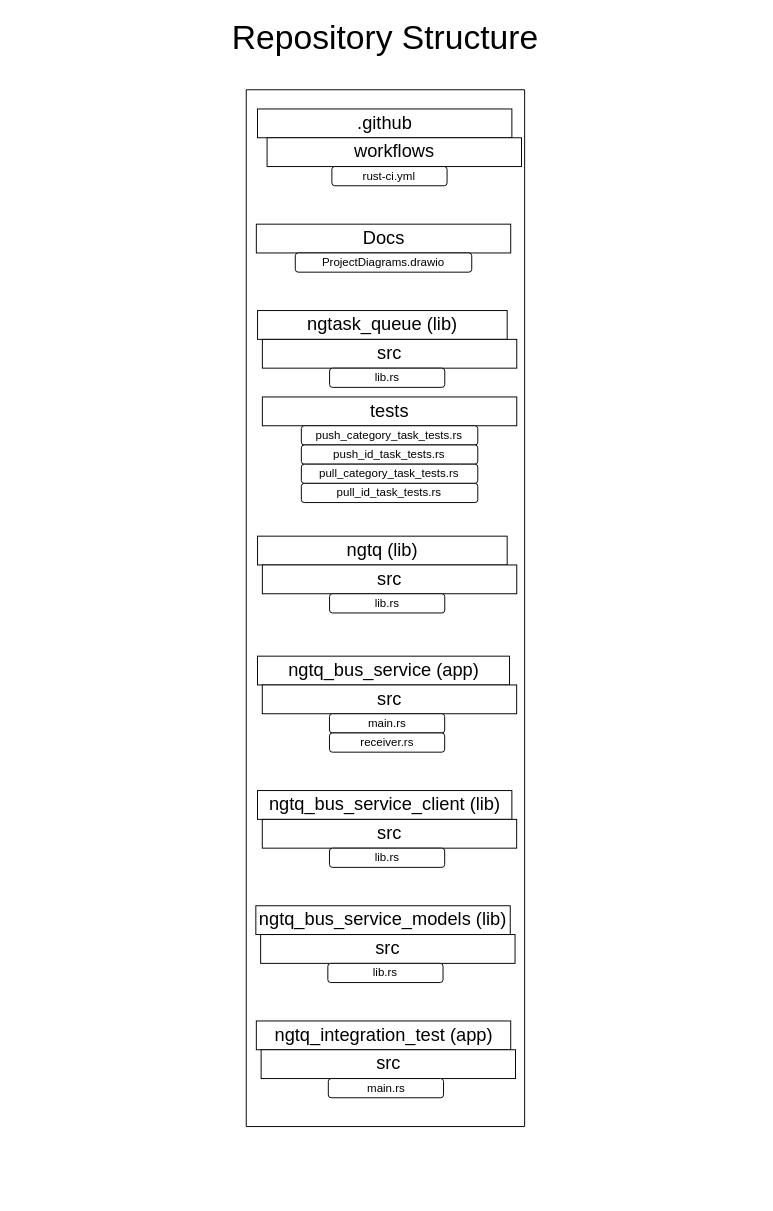
Earlier version of the draw.io diagram page "Repo Structure" (1 of 4) of Docs/ProjectDiagrams.drawio (NGDeveloper125/NGTQ_BusService). Source tidied: cells renumbered, new cells numbered last; positions are measured from the earlier drawing's top-left corner, leaving out a move shared by most shapes. Both pictures are drawn from the tidied source at 96%, with x=0, y=0 at pixel (200, 22).
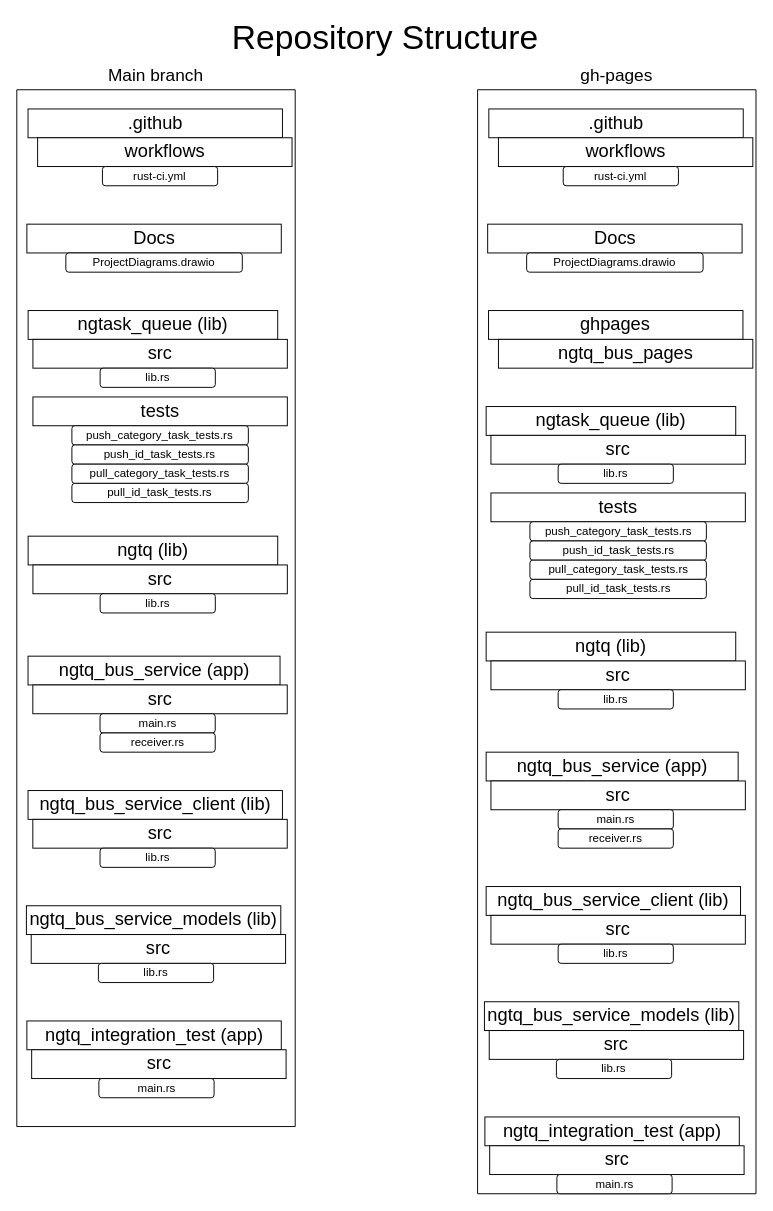
After the change.

The edit, as a diff of the source:
```diff
@@
     <mxCell id="2" style="swimlane;startSize=0;" parent="1" vertex="1">
-      <mxGeometry x="48" y="70" width="290" height="1080" as="geometry" />
+      <mxGeometry x="-191" y="70" width="290" height="1080" as="geometry" />
     </mxCell>
@@
+    <mxCell id="33" value="Main branch" style="text;html=1;align=center;verticalAlign=middle;whiteSpace=wrap;rounded=0;fontSize=18;" parent="1" vertex="1">
+      <mxGeometry x="-121" y="40" width="150" height="30" as="geometry" />
+    </mxCell>
+    <mxCell id="34" style="swimlane;startSize=0;" parent="1" vertex="1">
+      <mxGeometry x="289" y="70" width="290" height="1150" as="geometry" />
+    </mxCell>
+    <mxCell id="35" value="ngtask_queue (lib)" style="rounded=0;whiteSpace=wrap;html=1;fontSize=19;" parent="34" vertex="1">
+      <mxGeometry x="8.9" y="330" width="260" height="30" as="geometry" />
+    </mxCell>
+    <mxCell id="36" value="ngtq_bus_service (app)" style="rounded=0;whiteSpace=wrap;html=1;fontSize=19;" parent="34" vertex="1">
+      <mxGeometry x="8.9" y="690" width="262.5" height="30" as="geometry" />
+    </mxCell>
+    <mxCell id="37" value="ngtq_bus_service_client (lib)" style="rounded=0;whiteSpace=wrap;html=1;fontSize=19;" parent="34" vertex="1">
+      <mxGeometry x="8.9" y="830" width="265" height="30" as="geometry" />
+    </mxCell>
+    <mxCell id="38" value="ngtq_integration_test (app)" style="rounded=0;whiteSpace=wrap;html=1;fontSize=19;" parent="34" vertex="1">
+      <mxGeometry x="7.6" y="1070" width="265" height="30" as="geometry" />
+    </mxCell>
+    <mxCell id="39" value="src" style="rounded=0;whiteSpace=wrap;html=1;fontSize=19;" parent="34" vertex="1">
+      <mxGeometry x="13.9" y="360" width="265" height="30" as="geometry" />
+    </mxCell>
+    <mxCell id="40" value="lib.rs" style="rounded=1;whiteSpace=wrap;html=1;" parent="34" vertex="1">
+      <mxGeometry x="83.9" y="390" width="120" height="20" as="geometry" />
+    </mxCell>
+    <mxCell id="41" value="src" style="rounded=0;whiteSpace=wrap;html=1;fontSize=19;" parent="34" vertex="1">
+      <mxGeometry x="13.9" y="720" width="265" height="30" as="geometry" />
+    </mxCell>
+    <mxCell id="42" value="main.rs" style="rounded=1;whiteSpace=wrap;html=1;" parent="34" vertex="1">
+      <mxGeometry x="83.9" y="750" width="120" height="20" as="geometry" />
+    </mxCell>
+    <mxCell id="43" value="receiver.rs" style="rounded=1;whiteSpace=wrap;html=1;" parent="34" vertex="1">
+      <mxGeometry x="83.9" y="770" width="120" height="20" as="geometry" />
+    </mxCell>
+    <mxCell id="44" value="src" style="rounded=0;whiteSpace=wrap;html=1;fontSize=19;" parent="34" vertex="1">
+      <mxGeometry x="13.9" y="860" width="265" height="30" as="geometry" />
+    </mxCell>
+    <mxCell id="45" value="lib.rs" style="rounded=1;whiteSpace=wrap;html=1;" parent="34" vertex="1">
+      <mxGeometry x="83.9" y="890" width="120" height="20" as="geometry" />
+    </mxCell>
+    <mxCell id="46" value="src" style="rounded=0;whiteSpace=wrap;html=1;fontSize=19;" parent="34" vertex="1">
+      <mxGeometry x="12.6" y="1100" width="265" height="30" as="geometry" />
+    </mxCell>
+    <mxCell id="47" value="main.rs" style="rounded=1;whiteSpace=wrap;html=1;" parent="34" vertex="1">
+      <mxGeometry x="82.6" y="1130" width="120" height="20" as="geometry" />
+    </mxCell>
+    <mxCell id="48" value="tests" style="rounded=0;whiteSpace=wrap;html=1;fontSize=19;" parent="34" vertex="1">
+      <mxGeometry x="13.9" y="420" width="265" height="30" as="geometry" />
+    </mxCell>
+    <mxCell id="49" value="push_category_task_tests.rs" style="rounded=1;whiteSpace=wrap;html=1;" parent="34" vertex="1">
+      <mxGeometry x="54.5" y="450" width="183.8" height="20" as="geometry" />
+    </mxCell>
+    <mxCell id="50" value="push_id_task_tests.rs" style="rounded=1;whiteSpace=wrap;html=1;" parent="34" vertex="1">
+      <mxGeometry x="54.5" y="470" width="183.8" height="20" as="geometry" />
+    </mxCell>
+    <mxCell id="51" value="pull_category_task_tests.rs" style="rounded=1;whiteSpace=wrap;html=1;" parent="34" vertex="1">
+      <mxGeometry x="54.5" y="490" width="183.8" height="20" as="geometry" />
+    </mxCell>
+    <mxCell id="52" value="pull_id_task_tests.rs" style="rounded=1;whiteSpace=wrap;html=1;" parent="34" vertex="1">
+      <mxGeometry x="54.5" y="510" width="183.8" height="20" as="geometry" />
+    </mxCell>
+    <mxCell id="53" value=".github" style="rounded=0;whiteSpace=wrap;html=1;fontSize=19;" parent="34" vertex="1">
+      <mxGeometry x="11.7" y="20" width="265" height="30" as="geometry" />
+    </mxCell>
+    <mxCell id="54" value="workflows" style="rounded=0;whiteSpace=wrap;html=1;fontSize=19;" parent="34" vertex="1">
+      <mxGeometry x="21.7" y="50" width="265" height="30" as="geometry" />
+    </mxCell>
+    <mxCell id="55" value="rust-ci.yml" style="rounded=1;whiteSpace=wrap;html=1;" parent="34" vertex="1">
+      <mxGeometry x="89.2" y="80" width="120" height="20" as="geometry" />
+    </mxCell>
+    <mxCell id="56" value="Docs" style="rounded=0;whiteSpace=wrap;html=1;fontSize=19;" parent="34" vertex="1">
+      <mxGeometry x="10.5" y="140" width="265" height="30" as="geometry" />
+    </mxCell>
+    <mxCell id="57" value="ProjectDiagrams.drawio" style="rounded=1;whiteSpace=wrap;html=1;" parent="34" vertex="1">
+      <mxGeometry x="51.1" y="170" width="183.8" height="20" as="geometry" />
+    </mxCell>
+    <mxCell id="58" value="ngtq (lib)" style="rounded=0;whiteSpace=wrap;html=1;fontSize=19;" parent="34" vertex="1">
+      <mxGeometry x="8.9" y="565" width="260" height="30" as="geometry" />
+    </mxCell>
+    <mxCell id="59" value="src" style="rounded=0;whiteSpace=wrap;html=1;fontSize=19;" parent="34" vertex="1">
+      <mxGeometry x="13.9" y="595" width="265" height="30" as="geometry" />
+    </mxCell>
+    <mxCell id="60" value="lib.rs" style="rounded=1;whiteSpace=wrap;html=1;" parent="34" vertex="1">
+      <mxGeometry x="83.9" y="625" width="120" height="20" as="geometry" />
+    </mxCell>
+    <mxCell id="61" value="ngtq_bus_service_models (lib)" style="rounded=0;whiteSpace=wrap;html=1;fontSize=19;" parent="34" vertex="1">
+      <mxGeometry x="7.1" y="950" width="265" height="30" as="geometry" />
+    </mxCell>
+    <mxCell id="62" value="src" style="rounded=0;whiteSpace=wrap;html=1;fontSize=19;" parent="34" vertex="1">
+      <mxGeometry x="12.1" y="980" width="265" height="30" as="geometry" />
+    </mxCell>
+    <mxCell id="63" value="lib.rs" style="rounded=1;whiteSpace=wrap;html=1;" parent="34" vertex="1">
+      <mxGeometry x="82.1" y="1010" width="120" height="20" as="geometry" />
+    </mxCell>
+    <mxCell id="64" value="ghpages" style="rounded=0;whiteSpace=wrap;html=1;fontSize=19;" parent="34" vertex="1">
+      <mxGeometry x="11.4" y="230" width="265" height="30" as="geometry" />
+    </mxCell>
+    <mxCell id="65" value="ngtq_bus_pages" style="rounded=0;whiteSpace=wrap;html=1;fontSize=19;" parent="34" vertex="1">
+      <mxGeometry x="21.7" y="260" width="265" height="30" as="geometry" />
+    </mxCell>
+    <mxCell id="66" value="gh-pages" style="text;html=1;align=center;verticalAlign=middle;whiteSpace=wrap;rounded=0;fontSize=18;" parent="1" vertex="1">
+      <mxGeometry x="359" y="40" width="150" height="30" as="geometry" />
+    </mxCell>
```
